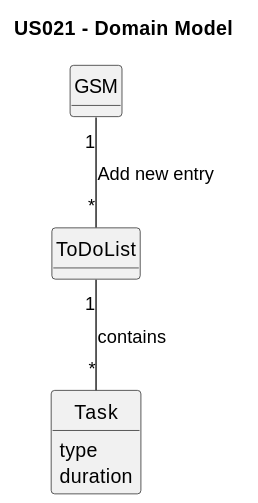
Above: docs/SprintC/us021/02.analysis/svg/us021-domain-model.svg in Rui-San/LAPR2_2023_2024 (PlantUML), before the change. Source of this version:
```plantuml
@startuml
skinparam monochrome true
skinparam packageStyle rectangle
skinparam shadowing false

title US021 - Domain Model
skinparam classAttributeIconSize 0

hide circle
hide methods



class GSM {

}
class ToDoList {

}

class Task{
    type
    duration
}

GSM "1" -- "*" ToDoList : Add new entry
ToDoList "1" -- "*" Task : contains
@enduml
```
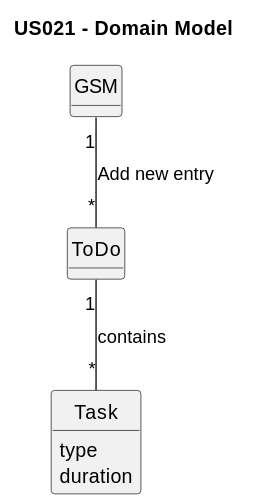
After the change.

The edit, as a diff of the source:
```diff
@@ -14,7 +14,7 @@
 class GSM {
 
 }
-class ToDoList {
+class ToDo {
 
 }
 
@@ -23,6 +23,6 @@
     duration
 }
 
-GSM "1" -- "*" ToDoList : Add new entry
-ToDoList "1" -- "*" Task : contains
+GSM "1" -- "*" ToDo : Add new entry
+ToDo "1" -- "*" Task : contains
 @enduml
```
